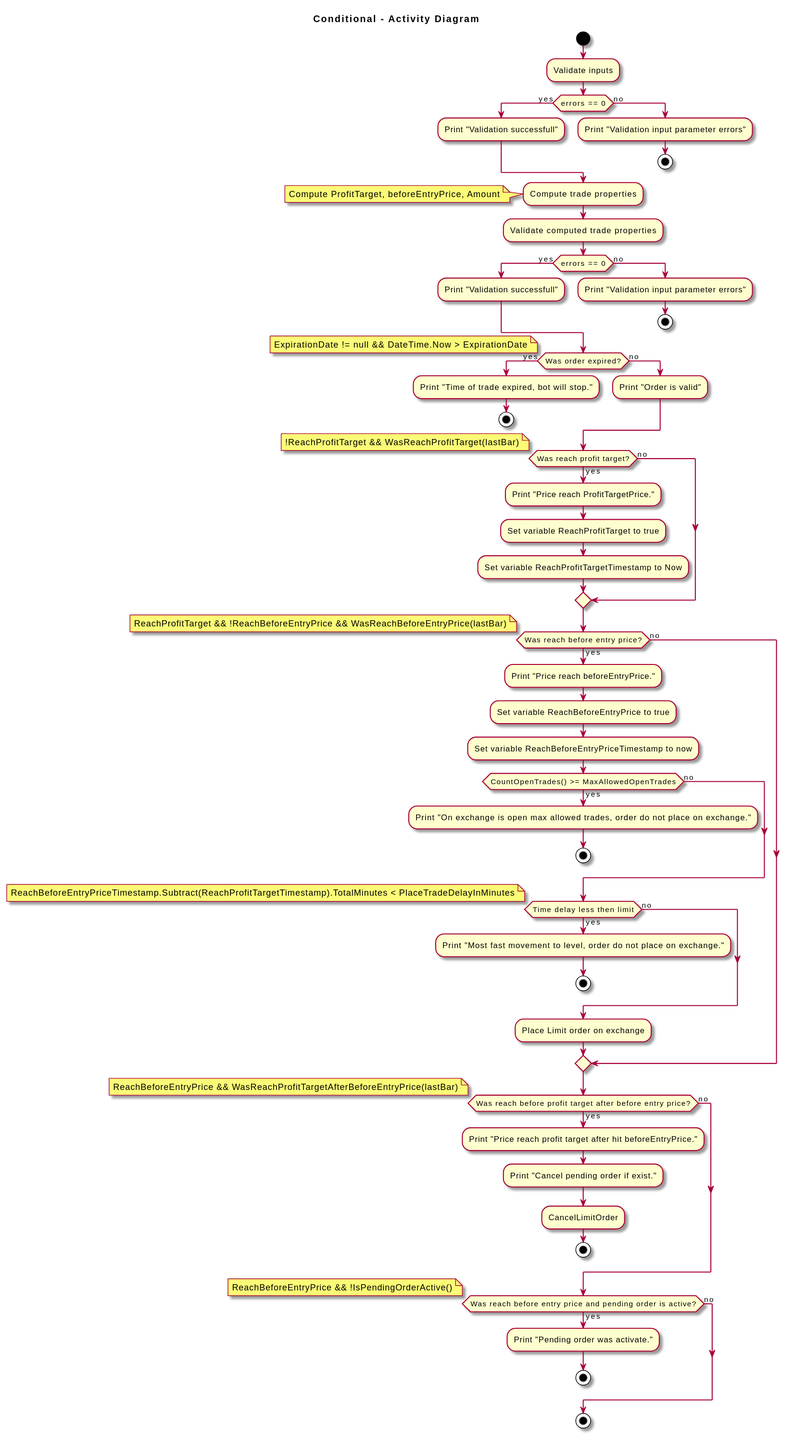
Above: docs/CommoditiesLevelTraderActivityDiagram.svg in GeorgeFreelanceDeveloper/cTraderBots (PlantUML), before the change.
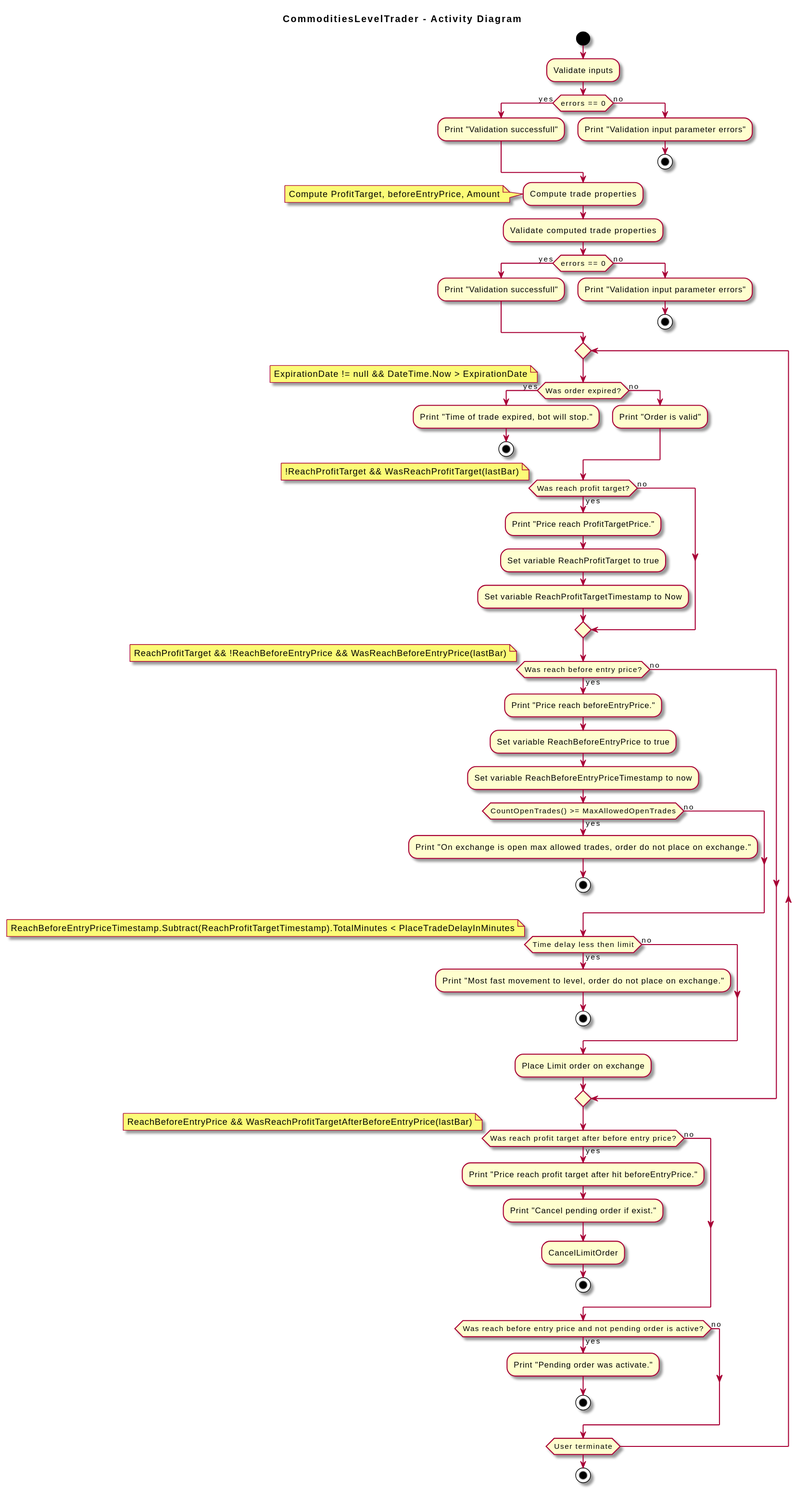
The same file after the commit.

Commit message:
CommoditiesLevelTrader_cBot: Fixed activity diagram

Diff of the diagram source:
```diff
@@ -1,7 +1,7 @@
 @startuml
 skin rose
 
-title Conditional - Activity Diagram
+title CommoditiesLevelTrader - Activity Diagram
 
 start
 :Validate inputs;
@@ -24,6 +24,7 @@
 endif
 
 
+repeat
 if (Was order expired?) then (yes)
   :Print "Time of trade expired, bot will stop.";
   stop
@@ -62,7 +63,7 @@
 endif
 note left: ReachProfitTarget && !ReachBeforeEntryPrice && WasReachBeforeEntryPrice(lastBar)
 
-if (Was reach before profit target after before entry price?) then (yes)
+if (Was reach profit target after before entry price?) then (yes)
   :Print "Price reach profit target after hit beforeEntryPrice.";
   :Print "Cancel pending order if exist.";
   :CancelLimitOrder;
@@ -71,12 +72,11 @@
 endif
 note left: ReachBeforeEntryPrice && WasReachProfitTargetAfterBeforeEntryPrice(lastBar)
 
-if (Was reach before entry price and pending order is active?) then (yes)
+if (Was reach before entry price and not pending order is active?) then (yes)
   :Print "Pending order was activate.";
   stop
 else (no)
 endif
-note left: ReachBeforeEntryPrice && !IsPendingOrderActive()
-
+repeat while (User terminate)
 stop
 @enduml
```
